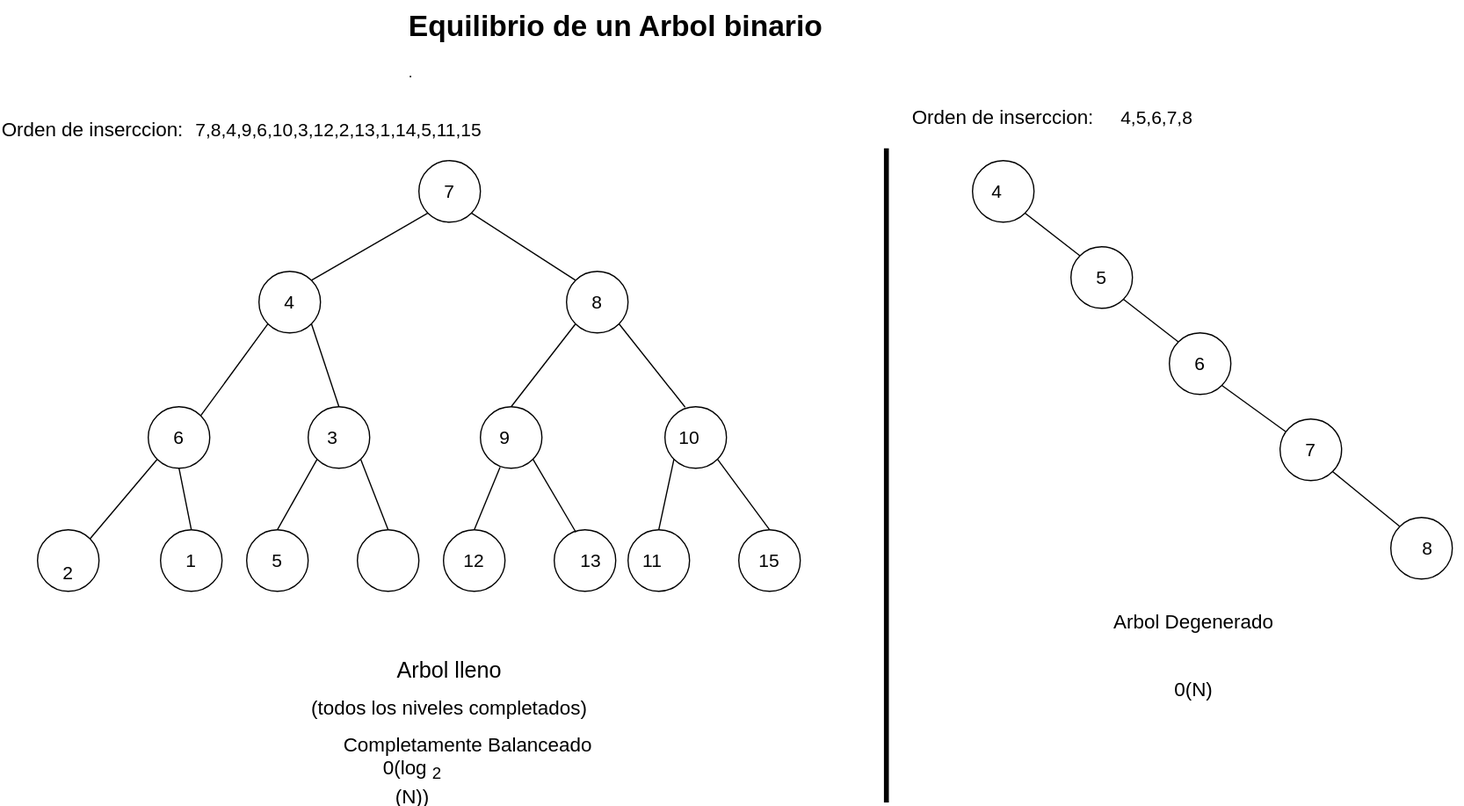
Nordcode-cyber/Algoritmos-Estructdatos keeps this draw.io diagram as Estructura-de-datos/Arboles/Equilibrio-Arbol-Binario.drawio.svg. Above is the earlier version. Source tidied: cells renumbered, new cells last; positions are measured from the earlier drawing's top-left corner, leaving out a move shared by most shapes. Its diagram source:
```xml
<mxGraphModel>
  <root>
    <mxCell id="0" />
    <mxCell id="1" parent="0" />
    <mxCell id="2" value="&lt;h1 style=&quot;margin-top: 0px;&quot;&gt;Equilibrio de un Arbol binario&lt;/h1&gt;&lt;p&gt;.&lt;/p&gt;" style="text;html=1;whiteSpace=wrap;overflow=hidden;rounded=0;" parent="1" vertex="1">
      <mxGeometry x="330" width="370" height="120" as="geometry" />
    </mxCell>
    <mxCell id="3" style="ellipse;whiteSpace=wrap;html=1;fillColor=none;" parent="1" vertex="1">
      <mxGeometry x="340" y="130" width="50" height="50" as="geometry" />
    </mxCell>
    <mxCell id="4" style="ellipse;whiteSpace=wrap;html=1;fillColor=none;" parent="1" vertex="1">
      <mxGeometry x="210" y="220" width="50" height="50" as="geometry" />
    </mxCell>
    <mxCell id="5" style="ellipse;whiteSpace=wrap;html=1;fillColor=none;" parent="1" vertex="1">
      <mxGeometry x="460" y="220" width="50" height="50" as="geometry" />
    </mxCell>
    <mxCell id="6" style="ellipse;whiteSpace=wrap;html=1;fillColor=none;" parent="1" vertex="1">
      <mxGeometry x="120" y="330" width="50" height="50" as="geometry" />
    </mxCell>
    <mxCell id="7" style="ellipse;whiteSpace=wrap;html=1;fillColor=none;" parent="1" vertex="1">
      <mxGeometry x="250" y="330" width="50" height="50" as="geometry" />
    </mxCell>
    <mxCell id="8" style="ellipse;whiteSpace=wrap;html=1;fillColor=none;" parent="1" vertex="1">
      <mxGeometry x="390" y="330" width="50" height="50" as="geometry" />
    </mxCell>
    <mxCell id="9" style="ellipse;whiteSpace=wrap;html=1;fillColor=none;" parent="1" vertex="1">
      <mxGeometry x="540" y="330" width="50" height="50" as="geometry" />
    </mxCell>
    <mxCell id="10" style="ellipse;whiteSpace=wrap;html=1;fillColor=none;" parent="1" vertex="1">
      <mxGeometry x="30" y="430" width="50" height="50" as="geometry" />
    </mxCell>
    <mxCell id="11" style="ellipse;whiteSpace=wrap;html=1;fillColor=none;" parent="1" vertex="1">
      <mxGeometry x="130" y="430" width="50" height="50" as="geometry" />
    </mxCell>
    <mxCell id="12" style="ellipse;whiteSpace=wrap;html=1;fillColor=none;" parent="1" vertex="1">
      <mxGeometry x="200" y="430" width="50" height="50" as="geometry" />
    </mxCell>
    <mxCell id="13" style="ellipse;whiteSpace=wrap;html=1;fillColor=none;" parent="1" vertex="1">
      <mxGeometry x="290" y="430" width="50" height="50" as="geometry" />
    </mxCell>
    <mxCell id="14" style="ellipse;whiteSpace=wrap;html=1;fillColor=none;" parent="1" vertex="1">
      <mxGeometry x="360" y="430" width="50" height="50" as="geometry" />
    </mxCell>
    <mxCell id="15" style="ellipse;whiteSpace=wrap;html=1;fillColor=none;" parent="1" vertex="1">
      <mxGeometry x="450" y="430" width="50" height="50" as="geometry" />
    </mxCell>
    <mxCell id="16" style="ellipse;whiteSpace=wrap;html=1;fillColor=none;" parent="1" vertex="1">
      <mxGeometry x="510" y="430" width="50" height="50" as="geometry" />
    </mxCell>
    <mxCell id="17" style="ellipse;whiteSpace=wrap;html=1;fillColor=none;" parent="1" vertex="1">
      <mxGeometry x="600" y="430" width="50" height="50" as="geometry" />
    </mxCell>
    <mxCell id="18" style="endArrow=none;html=1;entryX=0;entryY=1;entryDx=0;entryDy=0;exitX=1;exitY=0;exitDx=0;exitDy=0;" parent="1" edge="1" source="4" target="3">
      <mxGeometry relative="1" as="geometry" />
    </mxCell>
    <mxCell id="19" style="endArrow=none;html=1;exitX=1;exitY=0;exitDx=0;exitDy=0;entryX=0;entryY=1;entryDx=0;entryDy=0;" parent="1" edge="1" source="6" target="4">
      <mxGeometry relative="1" as="geometry" />
    </mxCell>
    <mxCell id="20" style="endArrow=none;html=1;exitX=0.5;exitY=0;exitDx=0;exitDy=0;entryX=1;entryY=1;entryDx=0;entryDy=0;" parent="1" edge="1" source="7" target="4">
      <mxGeometry relative="1" as="geometry" />
    </mxCell>
    <mxCell id="21" style="endArrow=none;html=1;exitX=0;exitY=0;exitDx=0;exitDy=0;entryX=1;entryY=1;entryDx=0;entryDy=0;" parent="1" edge="1" source="5" target="3">
      <mxGeometry relative="1" as="geometry" />
    </mxCell>
    <mxCell id="22" style="endArrow=none;html=1;entryX=0;entryY=1;entryDx=0;entryDy=0;exitX=0.5;exitY=0;exitDx=0;exitDy=0;" parent="1" edge="1" source="8" target="5">
      <mxGeometry relative="1" as="geometry" />
    </mxCell>
    <mxCell id="23" style="endArrow=none;html=1;exitX=0.328;exitY=0.008;exitDx=0;exitDy=0;exitPerimeter=0;entryX=1;entryY=1;entryDx=0;entryDy=0;" parent="1" edge="1" source="9" target="5">
      <mxGeometry relative="1" as="geometry" />
    </mxCell>
    <mxCell id="24" style="endArrow=none;html=1;exitX=1;exitY=0;exitDx=0;exitDy=0;entryX=0;entryY=1;entryDx=0;entryDy=0;" parent="1" edge="1" source="10" target="6">
      <mxGeometry relative="1" as="geometry" />
    </mxCell>
    <mxCell id="25" style="endArrow=none;html=1;exitX=0.5;exitY=0;exitDx=0;exitDy=0;entryX=0.5;entryY=1;entryDx=0;entryDy=0;" parent="1" edge="1" source="11" target="6">
      <mxGeometry relative="1" as="geometry" />
    </mxCell>
    <mxCell id="26" style="endArrow=none;html=1;exitX=0.5;exitY=0;exitDx=0;exitDy=0;entryX=0;entryY=1;entryDx=0;entryDy=0;" parent="1" edge="1" source="12" target="7">
      <mxGeometry relative="1" as="geometry" />
    </mxCell>
    <mxCell id="27" style="endArrow=none;html=1;exitX=0.5;exitY=0;exitDx=0;exitDy=0;entryX=1;entryY=1;entryDx=0;entryDy=0;" parent="1" edge="1" source="13" target="7">
      <mxGeometry relative="1" as="geometry" />
    </mxCell>
    <mxCell id="28" style="endArrow=none;html=1;exitX=0.5;exitY=0;exitDx=0;exitDy=0;entryX=0.32;entryY=0.984;entryDx=0;entryDy=0;entryPerimeter=0;" parent="1" edge="1" source="14" target="8">
      <mxGeometry relative="1" as="geometry" />
    </mxCell>
    <mxCell id="29" style="endArrow=none;html=1;exitX=0.352;exitY=0.04;exitDx=0;exitDy=0;entryX=1;entryY=1;entryDx=0;entryDy=0;exitPerimeter=0;" parent="1" edge="1" source="15" target="8">
      <mxGeometry relative="1" as="geometry" />
    </mxCell>
    <mxCell id="30" style="endArrow=none;html=1;entryX=0;entryY=1;entryDx=0;entryDy=0;exitX=0.5;exitY=0;exitDx=0;exitDy=0;" parent="1" edge="1" source="16" target="9">
      <mxGeometry relative="1" as="geometry" />
    </mxCell>
    <mxCell id="31" style="endArrow=none;html=1;entryX=1;entryY=1;entryDx=0;entryDy=0;exitX=0.5;exitY=0;exitDx=0;exitDy=0;" parent="1" edge="1" source="17" target="9">
      <mxGeometry relative="1" as="geometry" />
    </mxCell>
    <mxCell id="32" value="&lt;font style=&quot;font-size: 18px;&quot;&gt;Arbol lleno&lt;/font&gt;" style="text;html=1;align=center;verticalAlign=middle;whiteSpace=wrap;rounded=0;" parent="1" vertex="1">
      <mxGeometry x="305" y="530" width="120" height="30" as="geometry" />
    </mxCell>
    <mxCell id="33" value="&lt;font style=&quot;font-size: 16px; color: light-dark(rgb(0, 0, 0), rgb(255, 0, 0));&quot;&gt;(todos los niveles completados)&lt;/font&gt;" style="text;html=1;align=center;verticalAlign=middle;whiteSpace=wrap;rounded=0;" parent="1" vertex="1">
      <mxGeometry x="240" y="560" width="250" height="30" as="geometry" />
    </mxCell>
    <mxCell id="34" value="&lt;font style=&quot;font-size: 16px; color: light-dark(rgb(0, 0, 0), rgb(128, 255, 0));&quot;&gt;0(log&lt;sub style=&quot;&quot;&gt;2&lt;/sub&gt;(N))&lt;/font&gt;" style="text;html=1;align=center;verticalAlign=middle;whiteSpace=wrap;rounded=0;" parent="1" vertex="1">
      <mxGeometry x="305" y="620" width="60" height="30" as="geometry" />
    </mxCell>
    <mxCell id="35" style="ellipse;whiteSpace=wrap;html=1;fillColor=none;" parent="1" vertex="1">
      <mxGeometry x="790" y="130" width="50" height="50" as="geometry" />
    </mxCell>
    <mxCell id="36" style="endArrow=none;html=1;strokeWidth=4;" parent="1" edge="1">
      <mxGeometry relative="1" as="geometry">
        <mxPoint x="720" y="651.6" as="sourcePoint" />
        <mxPoint x="720" y="120" as="targetPoint" />
      </mxGeometry>
    </mxCell>
    <mxCell id="37" value="&lt;font style=&quot;font-size: 16px; color: light-dark(rgb(0, 0, 0), rgb(0, 255, 128));&quot;&gt;Completamente Balanceado&lt;/font&gt;" style="text;html=1;align=center;verticalAlign=middle;whiteSpace=wrap;rounded=0;" parent="1" vertex="1">
      <mxGeometry x="270" y="590" width="220" height="30" as="geometry" />
    </mxCell>
    <mxCell id="38" style="ellipse;whiteSpace=wrap;html=1;fillColor=none;" parent="1" vertex="1">
      <mxGeometry x="870" y="200" width="50" height="50" as="geometry" />
    </mxCell>
    <mxCell id="39" style="ellipse;whiteSpace=wrap;html=1;fillColor=none;" parent="1" vertex="1">
      <mxGeometry x="950" y="270" width="50" height="50" as="geometry" />
    </mxCell>
    <mxCell id="40" style="ellipse;whiteSpace=wrap;html=1;fillColor=none;" parent="1" vertex="1">
      <mxGeometry x="1040" y="340" width="50" height="50" as="geometry" />
    </mxCell>
    <mxCell id="41" style="ellipse;whiteSpace=wrap;html=1;fillColor=none;" parent="1" vertex="1">
      <mxGeometry x="1130" y="420" width="50" height="50" as="geometry" />
    </mxCell>
    <mxCell id="42" style="endArrow=none;html=1;entryX=1;entryY=1;entryDx=0;entryDy=0;exitX=0;exitY=0;exitDx=0;exitDy=0;" parent="1" edge="1" source="38" target="35">
      <mxGeometry relative="1" as="geometry" />
    </mxCell>
    <mxCell id="43" style="endArrow=none;html=1;exitX=1;exitY=1;exitDx=0;exitDy=0;entryX=0;entryY=0;entryDx=0;entryDy=0;" parent="1" edge="1" source="38" target="39">
      <mxGeometry relative="1" as="geometry" />
    </mxCell>
    <mxCell id="44" style="endArrow=none;html=1;entryX=1;entryY=1;entryDx=0;entryDy=0;" parent="1" edge="1" source="40" target="39">
      <mxGeometry relative="1" as="geometry" />
    </mxCell>
    <mxCell id="45" style="endArrow=none;html=1;exitX=0;exitY=0;exitDx=0;exitDy=0;entryX=1;entryY=1;entryDx=0;entryDy=0;" parent="1" edge="1" source="41" target="40">
      <mxGeometry relative="1" as="geometry" />
    </mxCell>
    <mxCell id="46" value="&lt;font style=&quot;font-size: 16px; color: light-dark(rgb(0, 0, 0), rgb(0, 255, 128));&quot;&gt;Arbol Degenerado&lt;/font&gt;" style="text;html=1;align=center;verticalAlign=middle;whiteSpace=wrap;rounded=0;" parent="1" vertex="1">
      <mxGeometry x="860" y="490" width="220" height="30" as="geometry" />
    </mxCell>
    <mxCell id="47" value="&lt;font style=&quot;font-size: 16px; color: light-dark(rgb(0, 0, 0), rgb(128, 255, 0));&quot;&gt;0(N)&lt;/font&gt;" style="text;html=1;align=center;verticalAlign=middle;whiteSpace=wrap;rounded=0;" parent="1" vertex="1">
      <mxGeometry x="940" y="545" width="60" height="30" as="geometry" />
    </mxCell>
    <mxCell id="48" value="&lt;font style=&quot;font-size: 16px; color: light-dark(rgb(0, 0, 0), rgb(128, 255, 0));&quot;&gt;Orden de inserccion:&lt;/font&gt;" style="text;html=1;align=center;verticalAlign=middle;whiteSpace=wrap;rounded=0;" parent="1" vertex="1">
      <mxGeometry y="90" width="150" height="30" as="geometry" />
    </mxCell>
    <mxCell id="49" value="&lt;font style=&quot;font-size: 15px; color: light-dark(rgb(0, 0, 0), rgb(255, 0, 0));&quot;&gt;7,8,4,9,6,10,3,12,2,13,1,14,5,11,15&lt;/font&gt;" style="text;html=1;align=center;verticalAlign=middle;whiteSpace=wrap;rounded=0;" parent="1" vertex="1">
      <mxGeometry x="110" y="90" width="330" height="30" as="geometry" />
    </mxCell>
    <mxCell id="50" value="&lt;font style=&quot;font-size: 15px; color: light-dark(rgb(0, 0, 0), rgb(255, 0, 0));&quot;&gt;7&lt;/font&gt;" style="text;html=1;align=center;verticalAlign=middle;whiteSpace=wrap;rounded=0;" parent="1" vertex="1">
      <mxGeometry x="335" y="140" width="60" height="30" as="geometry" />
    </mxCell>
    <mxCell id="51" value="&lt;font style=&quot;font-size: 15px; color: light-dark(rgb(0, 0, 0), rgb(255, 0, 0));&quot;&gt;8&lt;/font&gt;" style="text;html=1;align=center;verticalAlign=middle;whiteSpace=wrap;rounded=0;" parent="1" vertex="1">
      <mxGeometry x="455" y="230" width="60" height="30" as="geometry" />
    </mxCell>
    <mxCell id="52" value="&lt;font style=&quot;font-size: 15px; color: light-dark(rgb(0, 0, 0), rgb(255, 0, 0));&quot;&gt;4&lt;/font&gt;" style="text;html=1;align=center;verticalAlign=middle;whiteSpace=wrap;rounded=0;" parent="1" vertex="1">
      <mxGeometry x="205" y="230" width="60" height="30" as="geometry" />
    </mxCell>
    <mxCell id="53" value="&lt;font style=&quot;font-size: 15px; color: light-dark(rgb(0, 0, 0), rgb(255, 0, 0));&quot;&gt;9&lt;/font&gt;" style="text;html=1;align=center;verticalAlign=middle;whiteSpace=wrap;rounded=0;" parent="1" vertex="1">
      <mxGeometry x="380" y="340" width="60" height="30" as="geometry" />
    </mxCell>
    <mxCell id="54" value="&lt;font style=&quot;font-size: 15px; color: light-dark(rgb(0, 0, 0), rgb(255, 0, 0));&quot;&gt;6&lt;/font&gt;" style="text;html=1;align=center;verticalAlign=middle;whiteSpace=wrap;rounded=0;" parent="1" vertex="1">
      <mxGeometry x="115" y="340" width="60" height="30" as="geometry" />
    </mxCell>
    <mxCell id="55" value="&lt;font style=&quot;font-size: 15px; color: light-dark(rgb(0, 0, 0), rgb(255, 0, 0));&quot;&gt;10&lt;/font&gt;" style="text;html=1;align=center;verticalAlign=middle;whiteSpace=wrap;rounded=0;" parent="1" vertex="1">
      <mxGeometry x="530" y="340" width="60" height="30" as="geometry" />
    </mxCell>
    <mxCell id="56" value="&lt;font style=&quot;font-size: 15px; color: light-dark(rgb(0, 0, 0), rgb(255, 0, 0));&quot;&gt;3&lt;/font&gt;" style="text;html=1;align=center;verticalAlign=middle;whiteSpace=wrap;rounded=0;" parent="1" vertex="1">
      <mxGeometry x="240" y="340" width="60" height="30" as="geometry" />
    </mxCell>
    <mxCell id="57" value="&lt;font style=&quot;font-size: 15px; color: light-dark(rgb(0, 0, 0), rgb(255, 0, 0));&quot;&gt;12&lt;/font&gt;" style="text;html=1;align=center;verticalAlign=middle;whiteSpace=wrap;rounded=0;" parent="1" vertex="1">
      <mxGeometry x="355" y="440" width="60" height="30" as="geometry" />
    </mxCell>
    <mxCell id="58" value="&lt;font style=&quot;font-size: 15px; color: light-dark(rgb(0, 0, 0), rgb(255, 0, 0));&quot;&gt;2&lt;/font&gt;" style="text;html=1;align=center;verticalAlign=middle;whiteSpace=wrap;rounded=0;" parent="1" vertex="1">
      <mxGeometry x="25" y="450" width="60" height="30" as="geometry" />
    </mxCell>
    <mxCell id="59" value="&lt;font style=&quot;font-size: 15px; color: light-dark(rgb(0, 0, 0), rgb(255, 0, 0));&quot;&gt;13&lt;/font&gt;" style="text;html=1;align=center;verticalAlign=middle;whiteSpace=wrap;rounded=0;" parent="1" vertex="1">
      <mxGeometry x="450" y="440" width="60" height="30" as="geometry" />
    </mxCell>
    <mxCell id="60" value="&lt;font style=&quot;font-size: 15px; color: light-dark(rgb(0, 0, 0), rgb(255, 0, 0));&quot;&gt;1&lt;/font&gt;" style="text;html=1;align=center;verticalAlign=middle;whiteSpace=wrap;rounded=0;" parent="1" vertex="1">
      <mxGeometry x="125" y="440" width="60" height="30" as="geometry" />
    </mxCell>
    <mxCell id="61" value="&lt;font style=&quot;font-size: 15px; color: light-dark(rgb(0, 0, 0), rgb(255, 0, 0));&quot;&gt;5&lt;/font&gt;" style="text;html=1;align=center;verticalAlign=middle;whiteSpace=wrap;rounded=0;" parent="1" vertex="1">
      <mxGeometry x="195" y="440" width="60" height="30" as="geometry" />
    </mxCell>
    <mxCell id="62" value="&lt;font style=&quot;font-size: 15px; color: light-dark(rgb(0, 0, 0), rgb(255, 0, 0));&quot;&gt;11&lt;/font&gt;" style="text;html=1;align=center;verticalAlign=middle;whiteSpace=wrap;rounded=0;" parent="1" vertex="1">
      <mxGeometry x="500" y="440" width="60" height="30" as="geometry" />
    </mxCell>
    <mxCell id="63" value="&lt;font style=&quot;font-size: 15px; color: light-dark(rgb(0, 0, 0), rgb(255, 0, 0));&quot;&gt;15&lt;/font&gt;" style="text;html=1;align=center;verticalAlign=middle;whiteSpace=wrap;rounded=0;" parent="1" vertex="1">
      <mxGeometry x="595" y="440" width="60" height="30" as="geometry" />
    </mxCell>
    <mxCell id="64" value="&lt;font style=&quot;font-size: 16px; color: light-dark(rgb(0, 0, 0), rgb(128, 255, 0));&quot;&gt;Orden de inserccion:&lt;/font&gt;" style="text;html=1;align=center;verticalAlign=middle;whiteSpace=wrap;rounded=0;" parent="1" vertex="1">
      <mxGeometry x="740" y="80" width="150" height="30" as="geometry" />
    </mxCell>
    <mxCell id="65" value="&lt;font style=&quot;font-size: 15px; color: light-dark(rgb(0, 0, 0), rgb(0, 255, 128));&quot;&gt;4,5,6,7,8&lt;/font&gt;" style="text;html=1;align=center;verticalAlign=middle;whiteSpace=wrap;rounded=0;" parent="1" vertex="1">
      <mxGeometry x="910" y="80" width="60" height="30" as="geometry" />
    </mxCell>
    <mxCell id="66" value="&lt;font style=&quot;font-size: 15px; color: light-dark(rgb(0, 0, 0), rgb(255, 0, 0));&quot;&gt;4&lt;/font&gt;" style="text;html=1;align=center;verticalAlign=middle;whiteSpace=wrap;rounded=0;" parent="1" vertex="1">
      <mxGeometry x="780" y="140" width="60" height="30" as="geometry" />
    </mxCell>
    <mxCell id="67" value="&lt;font style=&quot;font-size: 15px; color: light-dark(rgb(0, 0, 0), rgb(255, 0, 0));&quot;&gt;8&lt;/font&gt;" style="text;html=1;align=center;verticalAlign=middle;whiteSpace=wrap;rounded=0;" parent="1" vertex="1">
      <mxGeometry x="1130" y="430" width="60" height="30" as="geometry" />
    </mxCell>
    <mxCell id="68" value="&lt;font style=&quot;font-size: 15px; color: light-dark(rgb(0, 0, 0), rgb(255, 0, 0));&quot;&gt;5&lt;/font&gt;" style="text;html=1;align=center;verticalAlign=middle;whiteSpace=wrap;rounded=0;" parent="1" vertex="1">
      <mxGeometry x="865" y="210" width="60" height="30" as="geometry" />
    </mxCell>
    <mxCell id="69" value="&lt;font style=&quot;font-size: 15px; color: light-dark(rgb(0, 0, 0), rgb(255, 0, 0));&quot;&gt;6&lt;/font&gt;" style="text;html=1;align=center;verticalAlign=middle;whiteSpace=wrap;rounded=0;" parent="1" vertex="1">
      <mxGeometry x="945" y="280" width="60" height="30" as="geometry" />
    </mxCell>
    <mxCell id="70" value="&lt;font style=&quot;font-size: 15px; color: light-dark(rgb(0, 0, 0), rgb(255, 0, 0));&quot;&gt;7&lt;/font&gt;" style="text;html=1;align=center;verticalAlign=middle;whiteSpace=wrap;rounded=0;" parent="1" vertex="1">
      <mxGeometry x="1035" y="350" width="60" height="30" as="geometry" />
    </mxCell>
  </root>
</mxGraphModel>
```
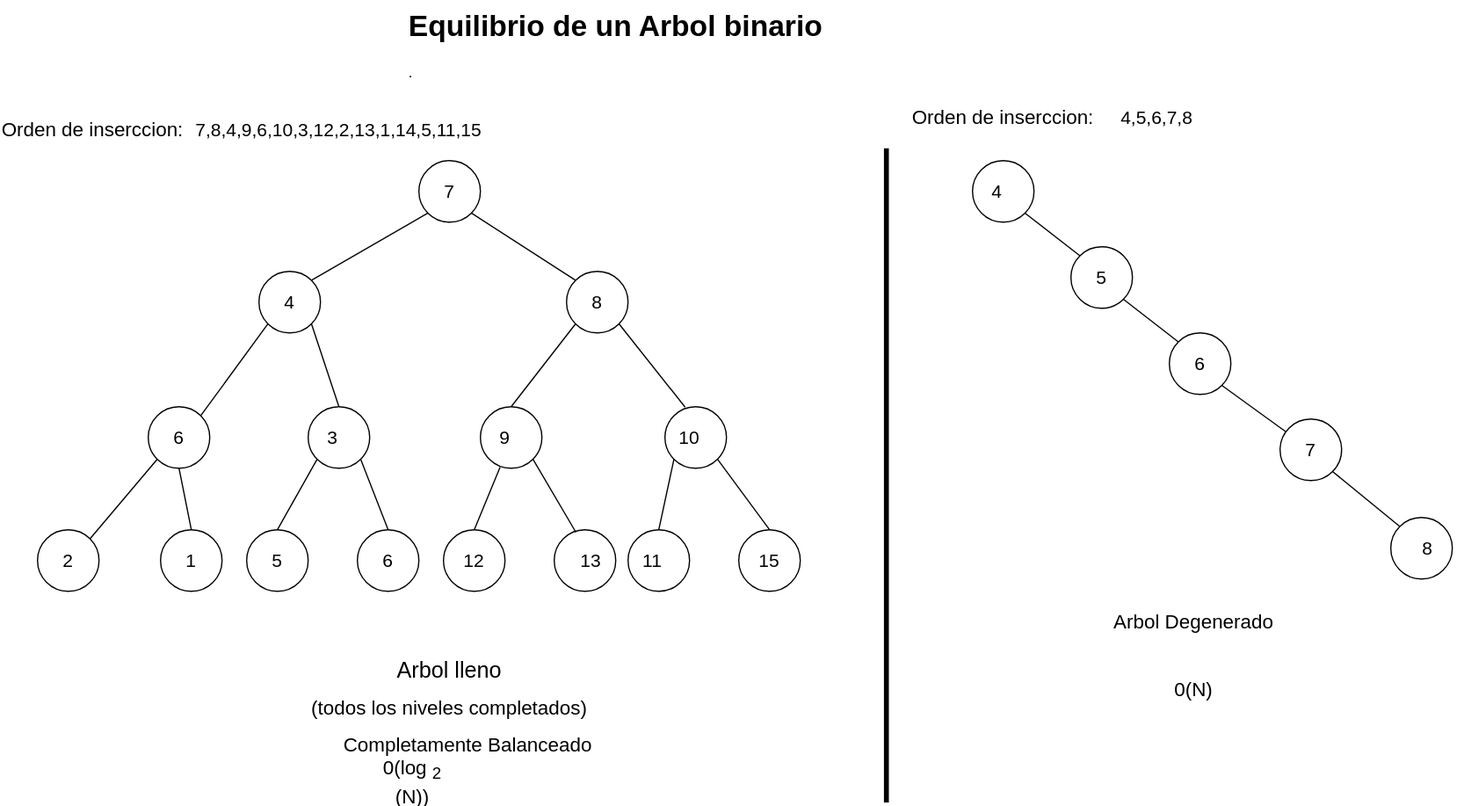
Later version of the same file.

The edit, as a diff of the source:
```diff
@@ -174,7 +174,7 @@
       <mxGeometry x="355" y="440" width="60" height="30" as="geometry" />
     </mxCell>
     <mxCell id="58" value="&lt;font style=&quot;font-size: 15px; color: light-dark(rgb(0, 0, 0), rgb(255, 0, 0));&quot;&gt;2&lt;/font&gt;" style="text;html=1;align=center;verticalAlign=middle;whiteSpace=wrap;rounded=0;" parent="1" vertex="1">
-      <mxGeometry x="25" y="450" width="60" height="30" as="geometry" />
+      <mxGeometry x="25" y="440" width="60" height="30" as="geometry" />
     </mxCell>
     <mxCell id="59" value="&lt;font style=&quot;font-size: 15px; color: light-dark(rgb(0, 0, 0), rgb(255, 0, 0));&quot;&gt;13&lt;/font&gt;" style="text;html=1;align=center;verticalAlign=middle;whiteSpace=wrap;rounded=0;" parent="1" vertex="1">
       <mxGeometry x="450" y="440" width="60" height="30" as="geometry" />
@@ -212,5 +212,8 @@
     <mxCell id="70" value="&lt;font style=&quot;font-size: 15px; color: light-dark(rgb(0, 0, 0), rgb(255, 0, 0));&quot;&gt;7&lt;/font&gt;" style="text;html=1;align=center;verticalAlign=middle;whiteSpace=wrap;rounded=0;" parent="1" vertex="1">
       <mxGeometry x="1035" y="350" width="60" height="30" as="geometry" />
     </mxCell>
+    <mxCell id="71" value="&lt;font style=&quot;font-size: 15px; color: light-dark(rgb(0, 0, 0), rgb(255, 0, 0));&quot;&gt;6&lt;/font&gt;" style="text;html=1;align=center;verticalAlign=middle;whiteSpace=wrap;rounded=0;" parent="1" vertex="1">
+      <mxGeometry x="285" y="440" width="60" height="30" as="geometry" />
+    </mxCell>
   </root>
 </mxGraphModel>
```
